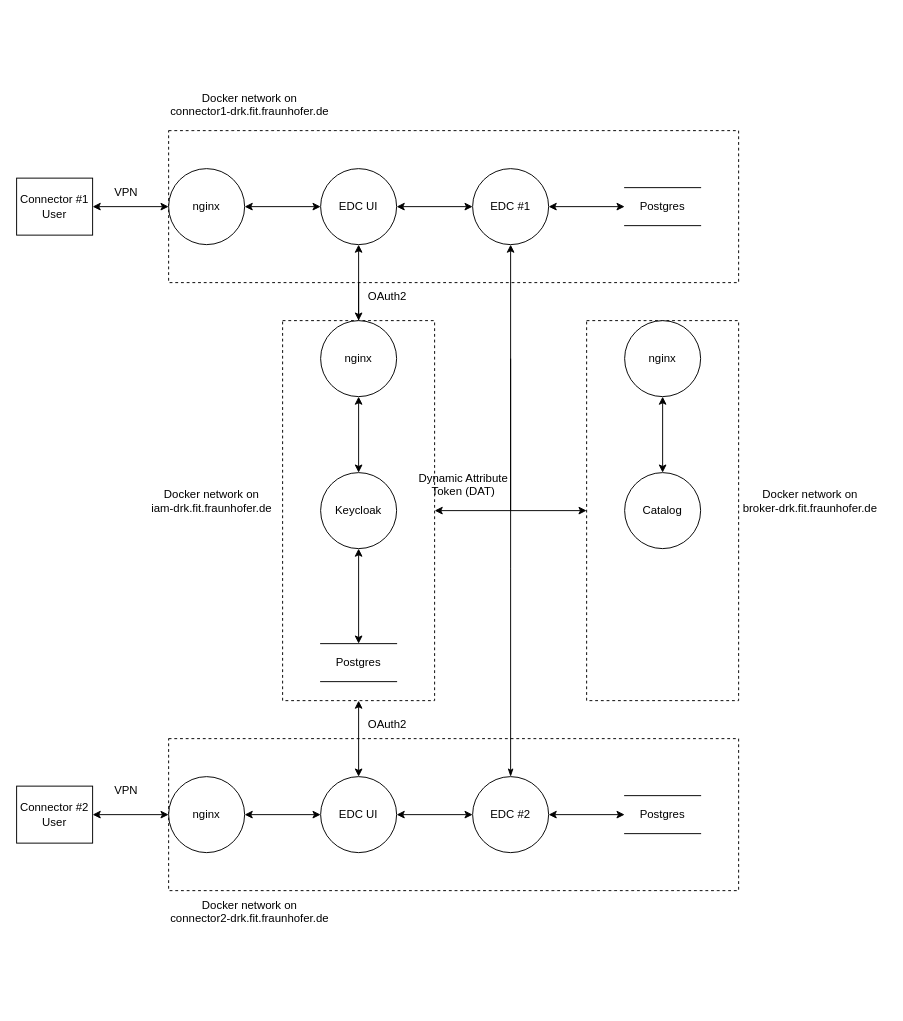
janniswarnat/draw.io-diagrams keeps this draw.io diagram as drk-data-flow.drawio. Above is the earlier version. Source tidied: cells renumbered, new cells numbered last; positions are measured from the earlier drawing's top-left corner, leaving out a move shared by most shapes. Both pictures are drawn from the tidied source at 95%, with x=0, y=0 at pixel (16, 83).
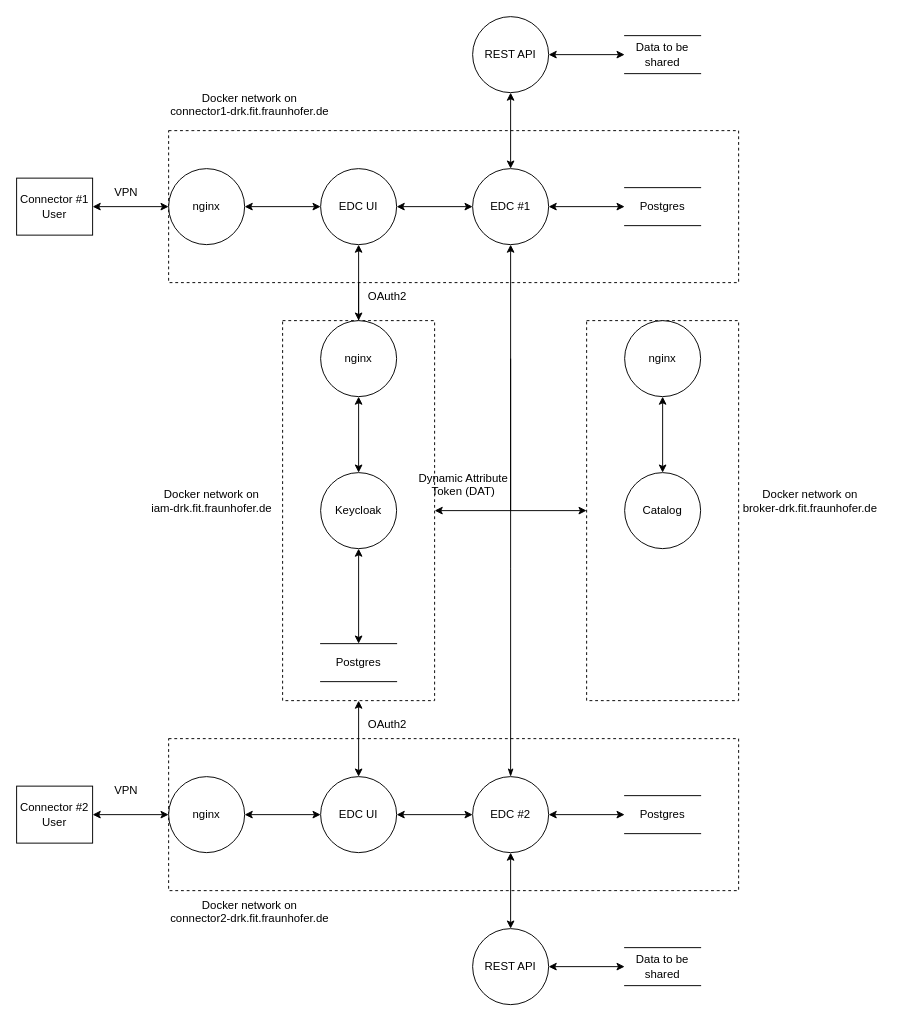
After the change.

The change refers to these unchanged cells:
```xml
<mxCell id="19" value="EDC #1" style="shape=ellipse;html=1;dashed=0;whiteSpace=wrap;perimeter=ellipsePerimeter;" parent="12" vertex="1">
  <mxGeometry x="330" y="90" width="80" height="80" as="geometry" />
</mxCell>
<mxCell id="39" value="EDC #2" style="shape=ellipse;html=1;dashed=0;whiteSpace=wrap;perimeter=ellipsePerimeter;" parent="1" vertex="1">
  <mxGeometry x="480" y="730" width="80" height="80" as="geometry" />
</mxCell>
```

Change to the diagram source:
```diff
@@
+    <mxCell id="48" style="edgeStyle=orthogonalEdgeStyle;rounded=0;jettySize=auto;html=1;entryX=0.5;entryY=0;entryDx=0;entryDy=0;startArrow=classic;startFill=1;" parent="1" edge="1" source="39" target="57">
+      <mxGeometry relative="1" as="geometry" />
+    </mxCell>
@@
+    <mxCell id="49" style="edgeStyle=orthogonalEdgeStyle;rounded=0;jettySize=auto;html=1;entryX=0.5;entryY=0;entryDx=0;entryDy=0;startArrow=classic;startFill=1;" parent="1" edge="1" source="53" target="19">
+      <mxGeometry relative="1" as="geometry" />
+    </mxCell>
+    <mxCell id="50" style="group;" parent="1" vertex="1">
+      <mxGeometry x="480" y="-70" width="240" height="80" as="geometry" />
+    </mxCell>
+    <mxCell id="51" value="Data to be shared" style="html=1;dashed=0;whiteSpace=wrap;shape=partialRectangle;right=0;left=0;" parent="50" vertex="1">
+      <mxGeometry x="160" y="20" width="80" height="40" as="geometry" />
+    </mxCell>
+    <mxCell id="52" style="edgeStyle=orthogonalEdgeStyle;rounded=0;jettySize=auto;html=1;entryX=0;entryY=0.5;entryDx=0;entryDy=0;startArrow=classic;startFill=1;" parent="50" edge="1" source="53" target="51">
+      <mxGeometry relative="1" as="geometry" />
+    </mxCell>
+    <mxCell id="53" value="REST API" style="shape=ellipse;html=1;dashed=0;whiteSpace=wrap;perimeter=ellipsePerimeter;" parent="50" vertex="1">
+      <mxGeometry width="80" height="80" as="geometry" />
+    </mxCell>
+    <mxCell id="54" style="group;" parent="1" vertex="1">
+      <mxGeometry x="480" y="890" width="240" height="80" as="geometry" />
+    </mxCell>
+    <mxCell id="55" value="Data to be shared" style="html=1;dashed=0;whiteSpace=wrap;shape=partialRectangle;right=0;left=0;" parent="54" vertex="1">
+      <mxGeometry x="160" y="20" width="80" height="40" as="geometry" />
+    </mxCell>
+    <mxCell id="56" style="edgeStyle=orthogonalEdgeStyle;rounded=0;jettySize=auto;html=1;entryX=0;entryY=0.5;entryDx=0;entryDy=0;startArrow=classic;startFill=1;" parent="54" edge="1" source="57" target="55">
+      <mxGeometry relative="1" as="geometry" />
+    </mxCell>
+    <mxCell id="57" value="REST API" style="shape=ellipse;html=1;dashed=0;whiteSpace=wrap;perimeter=ellipsePerimeter;" parent="54" vertex="1">
+      <mxGeometry width="80" height="80" as="geometry" />
+    </mxCell>
```
